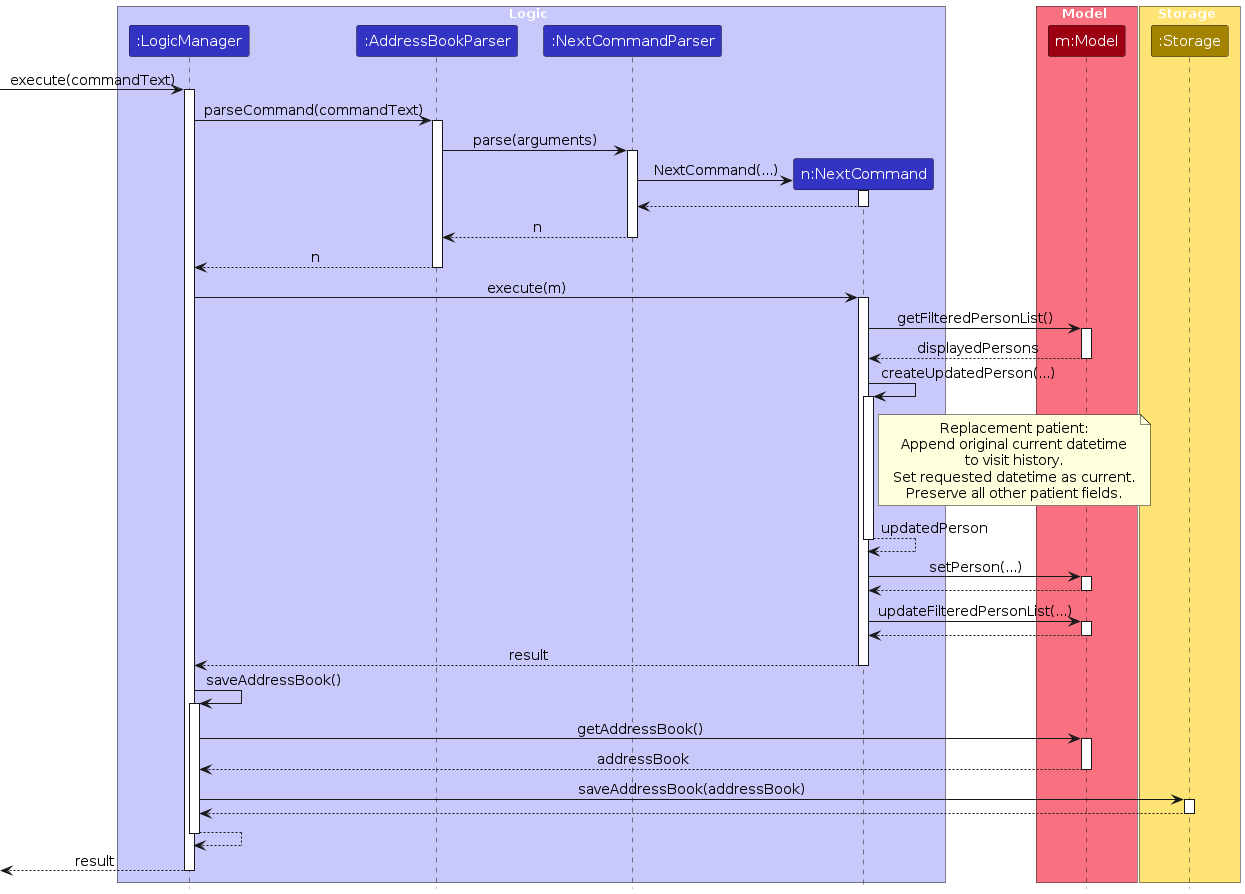
AY2627S1-CS2103T-T09-4/tp keeps this PlantUML diagram as diagrams/NextSequenceDiagram.png. Above is the earlier version. Its source is kept beside it as diagrams/NextSequenceDiagram.puml.
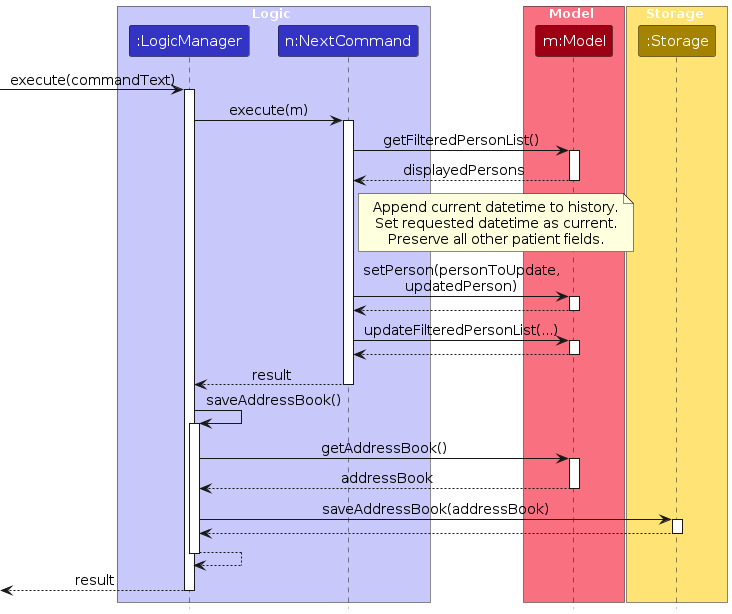
After the commit.

Change to the diagram source:
```diff
@@ -17,8 +17,6 @@
 
 box Logic LOGIC_COLOR_T1
 participant ":LogicManager" as LogicManager LOGIC_COLOR
-participant ":AddressBookParser" as AddressBookParser LOGIC_COLOR
-participant ":NextCommandParser" as NextCommandParser LOGIC_COLOR
 participant "n:NextCommand" as NextCommand LOGIC_COLOR
 end box
 
@@ -33,25 +31,6 @@
 [-> LogicManager : execute(commandText)
 activate LogicManager
 
-LogicManager -> AddressBookParser : parseCommand(commandText)
-activate AddressBookParser
-
-AddressBookParser -> NextCommandParser : parse(arguments)
-activate NextCommandParser
-
-create NextCommand
-NextCommandParser -> NextCommand : NextCommand(...)
-activate NextCommand
-
-NextCommand --> NextCommandParser
-deactivate NextCommand
-
-NextCommandParser --> AddressBookParser : n
-deactivate NextCommandParser
-
-AddressBookParser --> LogicManager : n
-deactivate AddressBookParser
-
 LogicManager -> NextCommand : execute(m)
 activate NextCommand
 
@@ -60,19 +39,13 @@
 Model --> NextCommand : displayedPersons
 deactivate Model
 
-NextCommand -> NextCommand : createUpdatedPerson(...)
-activate NextCommand
 note right of NextCommand
-  Replacement patient:
-  Append original current datetime
-  to visit history.
+  Append current datetime to history.
   Set requested datetime as current.
   Preserve all other patient fields.
 end note
-NextCommand --> NextCommand : updatedPerson
-deactivate NextCommand
 
-NextCommand -> Model : setPerson(...)
+NextCommand -> Model : setPerson(personToUpdate,\nupdatedPerson)
 activate Model
 Model --> NextCommand
 deactivate Model
```
